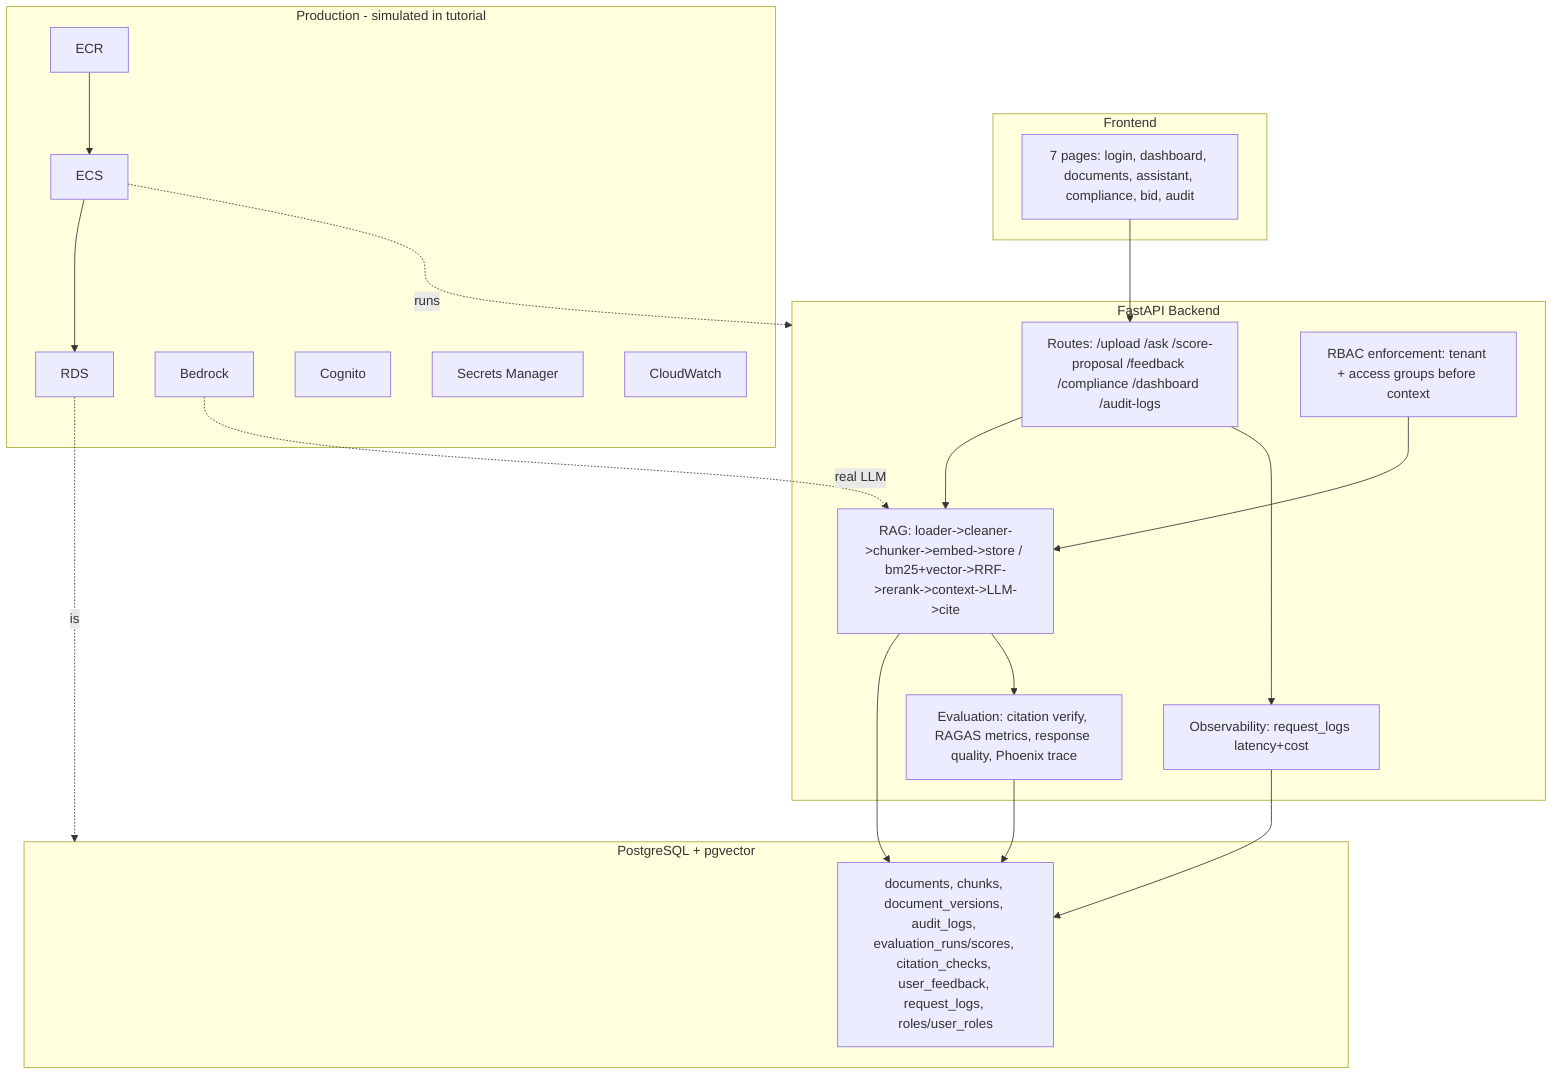
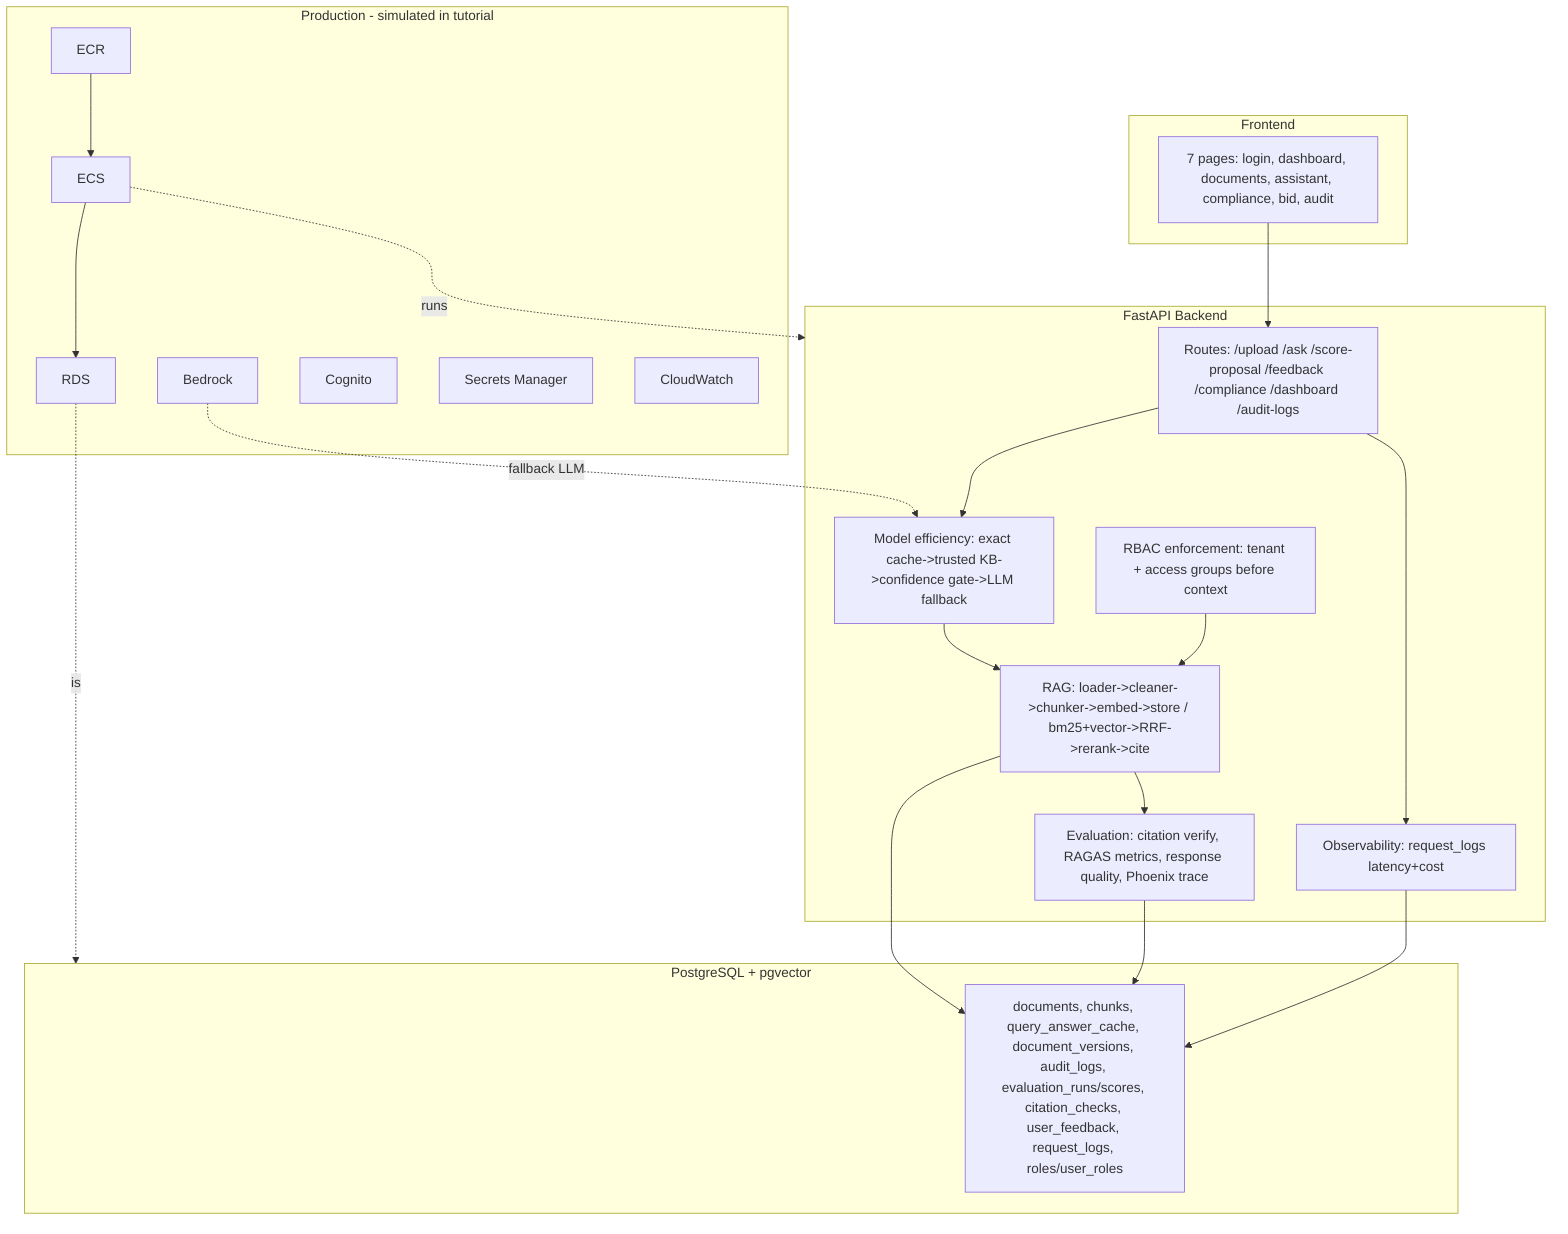
flowchart TB
  subgraph Frontend
    UI[7 pages: login, dashboard, documents, assistant, compliance, bid, audit]
  end
  subgraph Backend[FastAPI Backend]
    R[Routes: /upload /ask /score-proposal /feedback /compliance /dashboard /audit-logs]
-     RAG[RAG: loader->cleaner->chunker->embed->store / bm25+vector->RRF->rerank->context->LLM->cite]
+     HARNESS[Model efficiency: exact cache->trusted KB->confidence gate->LLM fallback]
+     RAG[RAG: loader->cleaner->chunker->embed->store / bm25+vector->RRF->rerank->cite]
    RBAC[RBAC enforcement: tenant + access groups before context]
    EVAL[Evaluation: citation verify, RAGAS metrics, response quality, Phoenix trace]
    OBS[Observability: request_logs latency+cost]
  end
  subgraph Data[PostgreSQL + pgvector]
-     T[documents, chunks, document_versions, audit_logs, evaluation_runs/scores, citation_checks, user_feedback, request_logs, roles/user_roles]
+     T[documents, chunks, query_answer_cache, document_versions, audit_logs, evaluation_runs/scores, citation_checks, user_feedback, request_logs, roles/user_roles]
  end
  subgraph AWS[Production - simulated in tutorial]
    ECR-->ECS-->RDS
    Bedrock
    Cognito
    Secrets[Secrets Manager]
    CW[CloudWatch]
  end
-   UI-->R-->RAG-->T
+   UI-->R-->HARNESS-->RAG-->T
  RBAC-->RAG
  RAG-->EVAL-->T
  R-->OBS-->T
  ECS-.runs.->Backend
  RDS-.is.->Data
-   Bedrock-.real LLM.->RAG
+   Bedrock-.fallback LLM.->HARNESS
